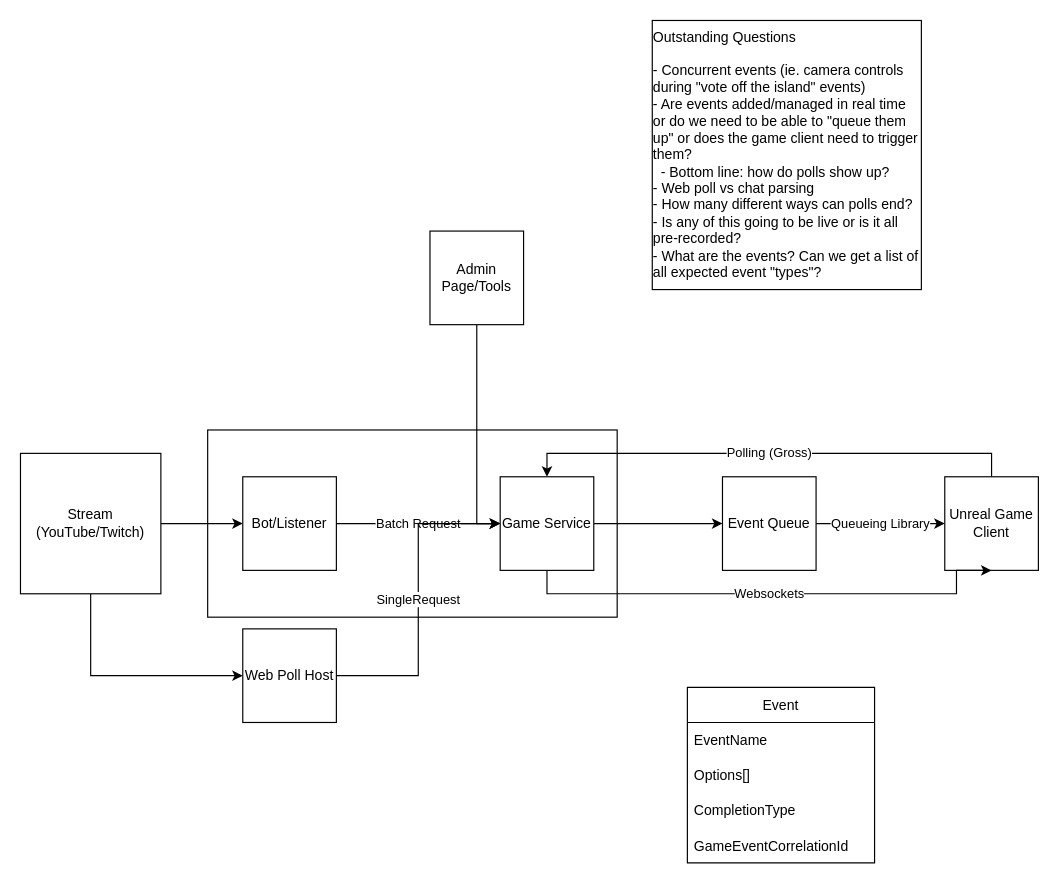
Above: Youtube Streamyboi.drawio in TEAMCHINA/teamchina.github.io (draw.io), before the change. Source tidied: cells renumbered, new cells numbered last; positions are measured from the earlier drawing's top-left corner, leaving out a move shared by most shapes. Both pictures are drawn from the tidied source at 117%, with x=0, y=0 at pixel (20, 20).
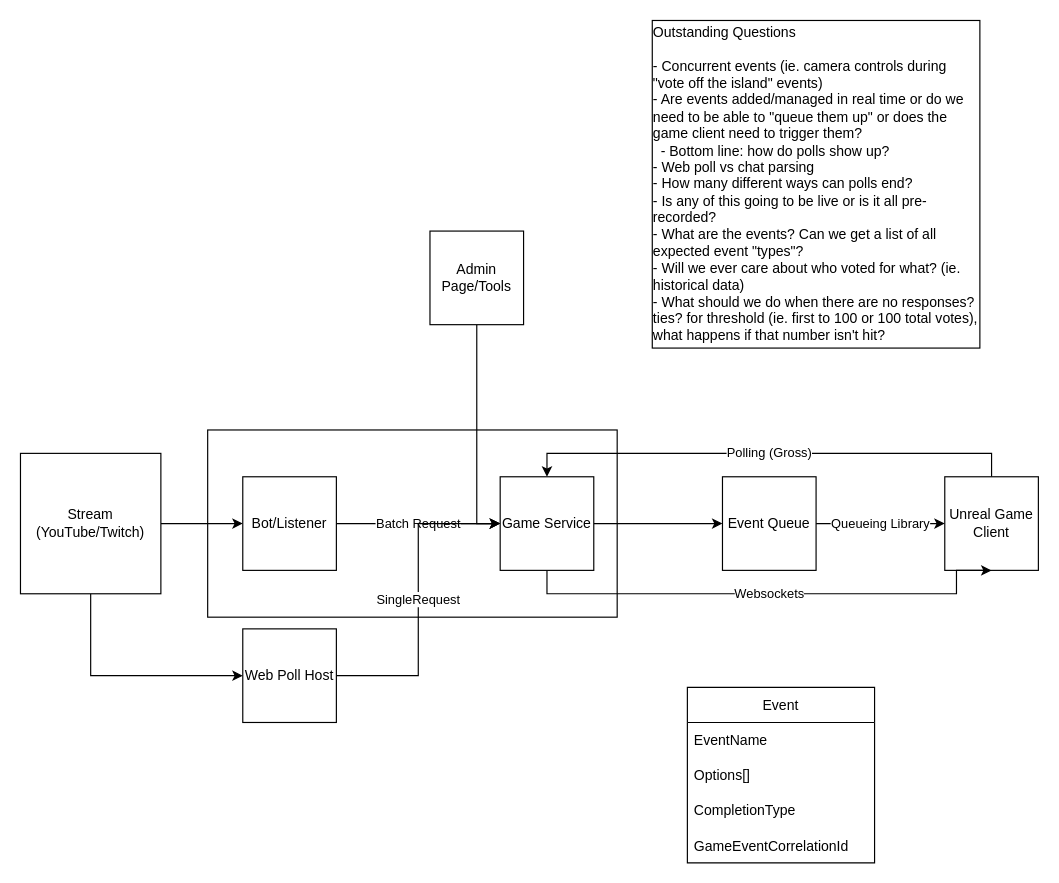
The same diagram, later.

The edit, as a diff of the source:
```diff
@@
-    <mxCell id="24" value="&lt;div style=&quot;text-align: left;&quot;&gt;&lt;span style=&quot;background-color: initial;&quot;&gt;Outstanding Questions&lt;/span&gt;&lt;/div&gt;&lt;div style=&quot;text-align: left;&quot;&gt;&lt;span style=&quot;background-color: initial;&quot;&gt;&lt;br&gt;&lt;/span&gt;&lt;/div&gt;&lt;span style=&quot;background-color: initial;&quot;&gt;&lt;div style=&quot;text-align: left;&quot;&gt;&lt;span style=&quot;background-color: initial;&quot;&gt;- Concurrent events (ie. camera controls during &quot;vote off the island&quot; events)&lt;/span&gt;&lt;/div&gt;&lt;/span&gt;&lt;span style=&quot;background-color: initial;&quot;&gt;&lt;div style=&quot;text-align: left;&quot;&gt;&lt;span style=&quot;background-color: initial;&quot;&gt;- Are events added/managed in real time or do we need to be able to &quot;queue them up&quot; or does the game client need to trigger them?&lt;/span&gt;&lt;/div&gt;&lt;div style=&quot;text-align: left;&quot;&gt;&lt;span style=&quot;background-color: initial;&quot;&gt;&amp;nbsp; - Bottom line: how do polls show up?&lt;/span&gt;&lt;/div&gt;&lt;div style=&quot;text-align: left;&quot;&gt;&lt;span style=&quot;background-color: initial;&quot;&gt;- Web poll vs chat parsing&lt;/span&gt;&lt;/div&gt;&lt;div style=&quot;text-align: left;&quot;&gt;&lt;span style=&quot;background-color: initial;&quot;&gt;- How many different ways can polls end?&lt;/span&gt;&lt;/div&gt;&lt;div style=&quot;text-align: left;&quot;&gt;&lt;span style=&quot;background-color: initial;&quot;&gt;- Is any of this going to be live or is it all pre-recorded?&lt;/span&gt;&lt;/div&gt;&lt;div style=&quot;text-align: left;&quot;&gt;&lt;span style=&quot;background-color: initial;&quot;&gt;- What are the events? Can we get a list of all expected event &quot;types&quot;?&lt;/span&gt;&lt;/div&gt;&lt;/span&gt;" style="whiteSpace=wrap;html=1;" parent="1" vertex="1">
-      <mxGeometry x="540" width="230" height="230" as="geometry" />
+    <mxCell id="24" value="&lt;div style=&quot;text-align: left;&quot;&gt;&lt;span style=&quot;background-color: initial;&quot;&gt;Outstanding Questions&lt;/span&gt;&lt;/div&gt;&lt;div style=&quot;text-align: left;&quot;&gt;&lt;span style=&quot;background-color: initial;&quot;&gt;&lt;br&gt;&lt;/span&gt;&lt;/div&gt;&lt;span style=&quot;background-color: initial;&quot;&gt;&lt;div style=&quot;text-align: left;&quot;&gt;&lt;span style=&quot;background-color: initial;&quot;&gt;- Concurrent events (ie. camera controls during &quot;vote off the island&quot; events)&lt;/span&gt;&lt;/div&gt;&lt;/span&gt;&lt;span style=&quot;background-color: initial;&quot;&gt;&lt;div style=&quot;text-align: left;&quot;&gt;&lt;span style=&quot;background-color: initial;&quot;&gt;- Are events added/managed in real time or do we need to be able to &quot;queue them up&quot; or does the game client need to trigger them?&lt;/span&gt;&lt;/div&gt;&lt;div style=&quot;text-align: left;&quot;&gt;&lt;span style=&quot;background-color: initial;&quot;&gt;&amp;nbsp; - Bottom line: how do polls show up?&lt;/span&gt;&lt;/div&gt;&lt;div style=&quot;text-align: left;&quot;&gt;&lt;span style=&quot;background-color: initial;&quot;&gt;- Web poll vs chat parsing&lt;/span&gt;&lt;/div&gt;&lt;div style=&quot;text-align: left;&quot;&gt;&lt;span style=&quot;background-color: initial;&quot;&gt;- How many different ways can polls end?&lt;/span&gt;&lt;/div&gt;&lt;div style=&quot;text-align: left;&quot;&gt;&lt;span style=&quot;background-color: initial;&quot;&gt;- Is any of this going to be live or is it all pre-recorded?&lt;/span&gt;&lt;/div&gt;&lt;div style=&quot;text-align: left;&quot;&gt;&lt;span style=&quot;background-color: initial;&quot;&gt;- What are the events? Can we get a list of all expected event &quot;types&quot;?&lt;/span&gt;&lt;/div&gt;&lt;div style=&quot;text-align: left;&quot;&gt;&lt;span style=&quot;background-color: initial;&quot;&gt;- Will we ever care about who voted for what? (ie. historical data)&lt;/span&gt;&lt;/div&gt;&lt;div style=&quot;text-align: left;&quot;&gt;&lt;span style=&quot;background-color: initial;&quot;&gt;- What should we do when there are no responses? ties? for threshold (ie. first to 100 or 100 total votes), what happens if that number isn't hit?&lt;/span&gt;&lt;/div&gt;&lt;/span&gt;" style="whiteSpace=wrap;html=1;" parent="1" vertex="1">
+      <mxGeometry x="540" width="280" height="280" as="geometry" />
     </mxCell>
```
